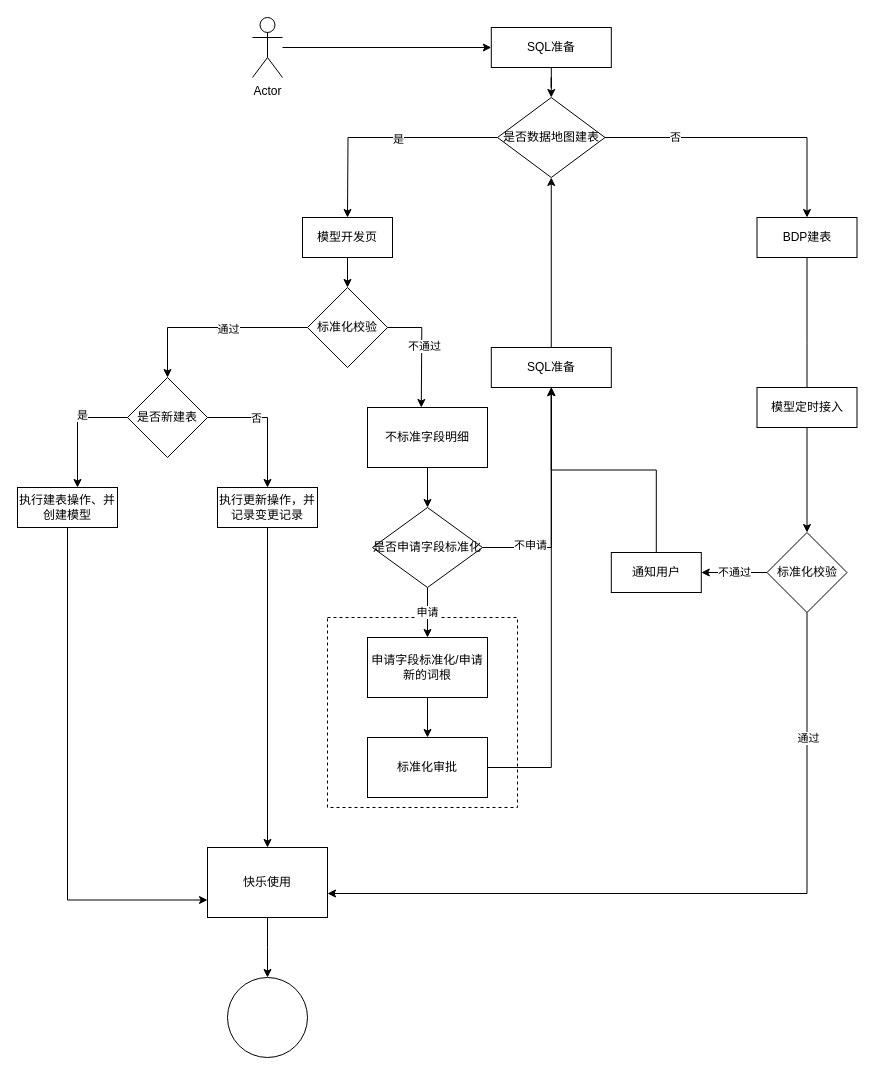
This is demo01/数据地图.drawio from huang-chh/draw, a draw.io file, before an edit. Source tidied: cells renumbered, new cells numbered last; positions are measured from the earlier drawing's top-left corner, leaving out a move shared by most shapes. Both pictures are drawn from the tidied source at 100%, with x=0, y=0 at pixel (17, 17).
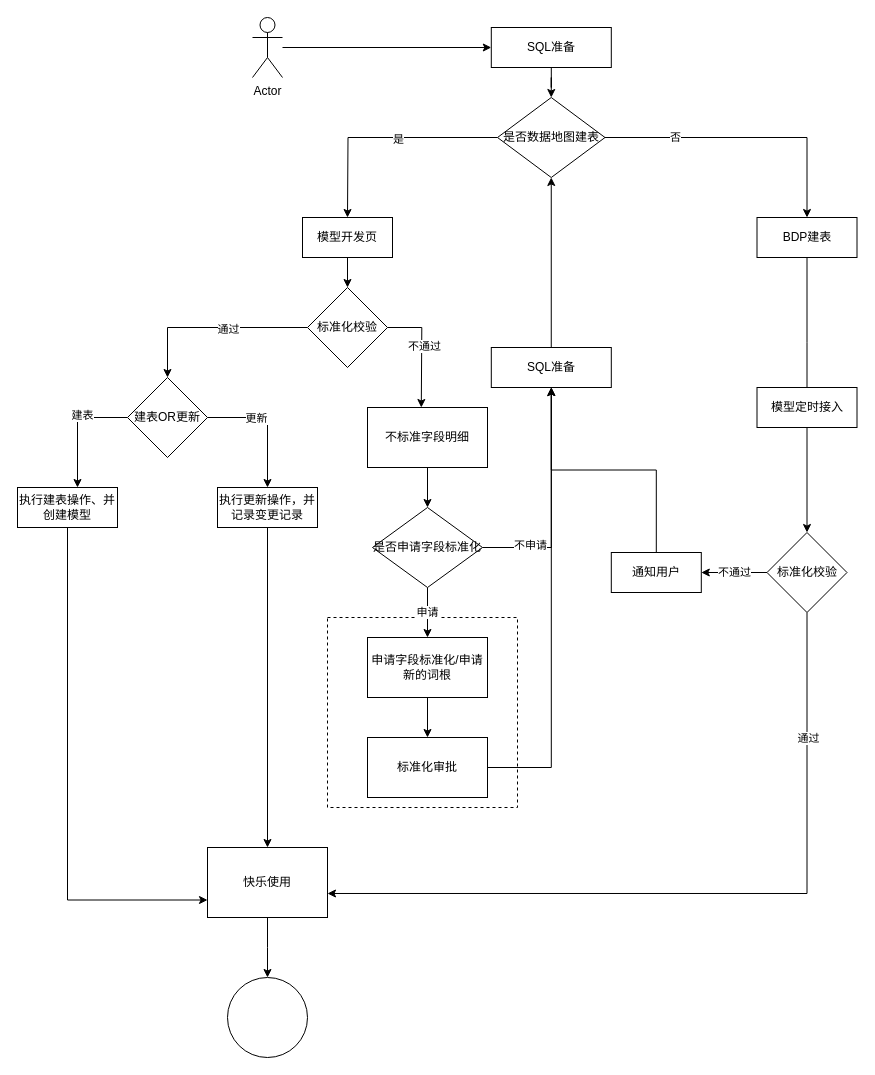
The same diagram, later.

Commit message:
更新数据地图.drawio

The change refers to these unchanged cells:
```xml
<mxCell id="17" style="edgeStyle=orthogonalEdgeStyle;rounded=0;jettySize=auto;html=1;" parent="1" edge="1" source="21" target="23">
  <mxGeometry relative="1" as="geometry">
    <Array as="points">
      <mxPoint x="60" y="400" />
    </Array>
  </mxGeometry>
</mxCell>
<mxCell id="19" style="edgeStyle=orthogonalEdgeStyle;rounded=0;jettySize=auto;html=1;" parent="1" edge="1" source="21" target="25">
  <mxGeometry relative="1" as="geometry" />
</mxCell>
```

What changed in the source:
```diff
@@
-    <mxCell id="18" value="是" style="edgeLabel;html=1;align=center;verticalAlign=middle;" parent="17" vertex="1">
+    <mxCell id="18" value="建表" style="edgeLabel;html=1;align=center;verticalAlign=middle;" parent="17" vertex="1">
       <mxGeometry x="-0.24" y="-3" relative="1" as="geometry" />
     </mxCell>
@@
-    <mxCell id="20" value="否" style="edgeLabel;html=1;align=center;verticalAlign=middle;" parent="19" vertex="1">
+    <mxCell id="20" value="更新" style="edgeLabel;html=1;align=center;verticalAlign=middle;" parent="19" vertex="1">
       <mxGeometry x="-0.26" relative="1" as="geometry" />
     </mxCell>
-    <mxCell id="21" value="是否新建表" style="rhombus;whiteSpace=wrap;html=1;" parent="1" vertex="1">
+    <mxCell id="21" value="建表OR更新" style="rhombus;whiteSpace=wrap;html=1;" parent="1" vertex="1">
       <mxGeometry x="110" y="360" width="80" height="80" as="geometry" />
     </mxCell>
```
